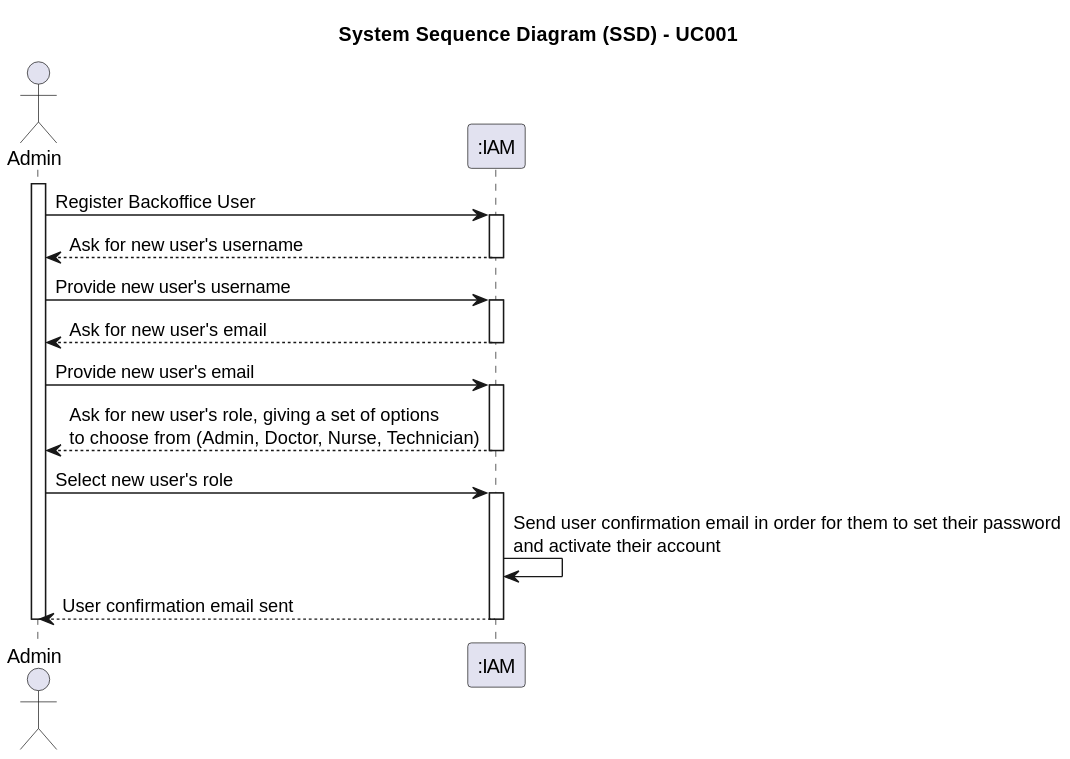
1221124/sem5pi-24-25-g031 keeps this PlantUML diagram as docs/SprintA/UseCases/UC001/01.requirements-engineering/svg/uc001-system-sequence-diagram.svg. Above is the earlier version.
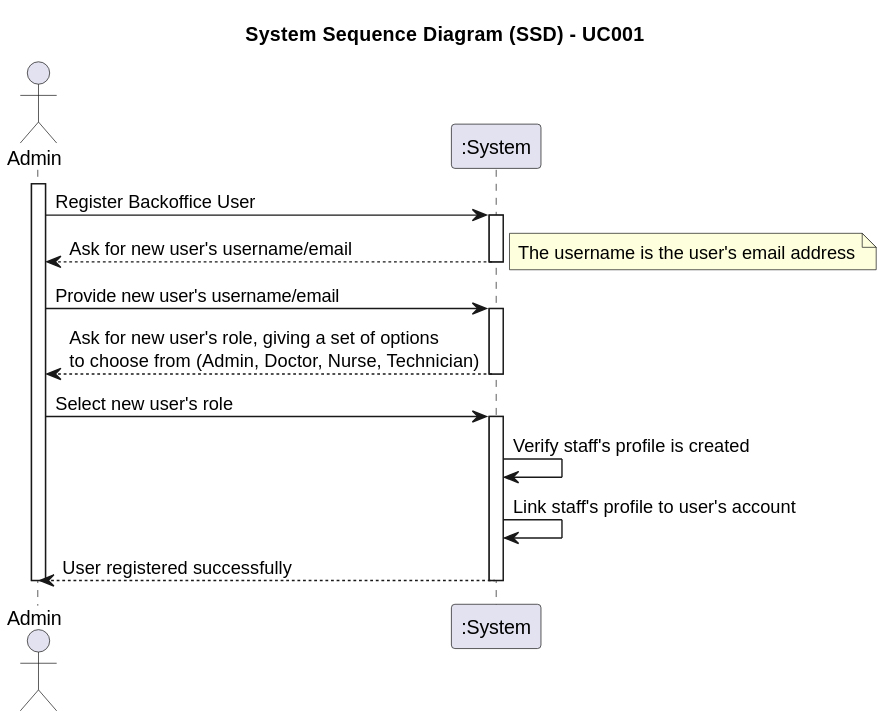
After the commit.

Change to the diagram source:
```diff
@@ -1,34 +1,40 @@
 @startuml
 title System Sequence Diagram (SSD) - UC001
 actor Admin as Adm
-participant ":IAM" as IAM
+participant ":System" as System
 
 activate Adm
 
-    Adm -> IAM: Register Backoffice User
-    activate IAM
+    Adm -> System: Register Backoffice User
 
-        IAM --> Adm: Ask for new user's username
-    deactivate IAM
+    activate System
 
-    Adm -> IAM: Provide new user's username
-    activate IAM
+        System --> Adm: Ask for new user's username/email
+        note right: The username is the user's email address
 
-        IAM --> Adm: Ask for new user's email
-    deactivate IAM
+    deactivate System
 
-    Adm -> IAM: Provide new user's email
-    activate IAM
+    Adm -> System: Provide new user's username/email
 
-        IAM --> Adm: Ask for new user's role, giving a set of options\nto choose from (Admin, Doctor, Nurse, Technician)
-    deactivate IAM
+    activate System
 
-    Adm -> IAM: Select new user's role
-    activate IAM
+        System --> Adm: Ask for new user's role, giving a set of options\nto choose from (Admin, Doctor, Nurse, Technician)
 
-        IAM -> IAM: Send user confirmation email in order for them to set their password\nand activate their account
+    deactivate System
 
-        IAM --> Adm: User confirmation email sent
-    deactivate IAM
+    Adm -> System: Select new user's role
+
+    activate System
+
+
+
+        System -> System: Verify staff's profile is created
+
+        System -> System: Link staff's profile to user's account
+
+        System --> Adm: User registered successfully
+
+    deactivate System
+
 deactivate Adm
 @enduml
```
